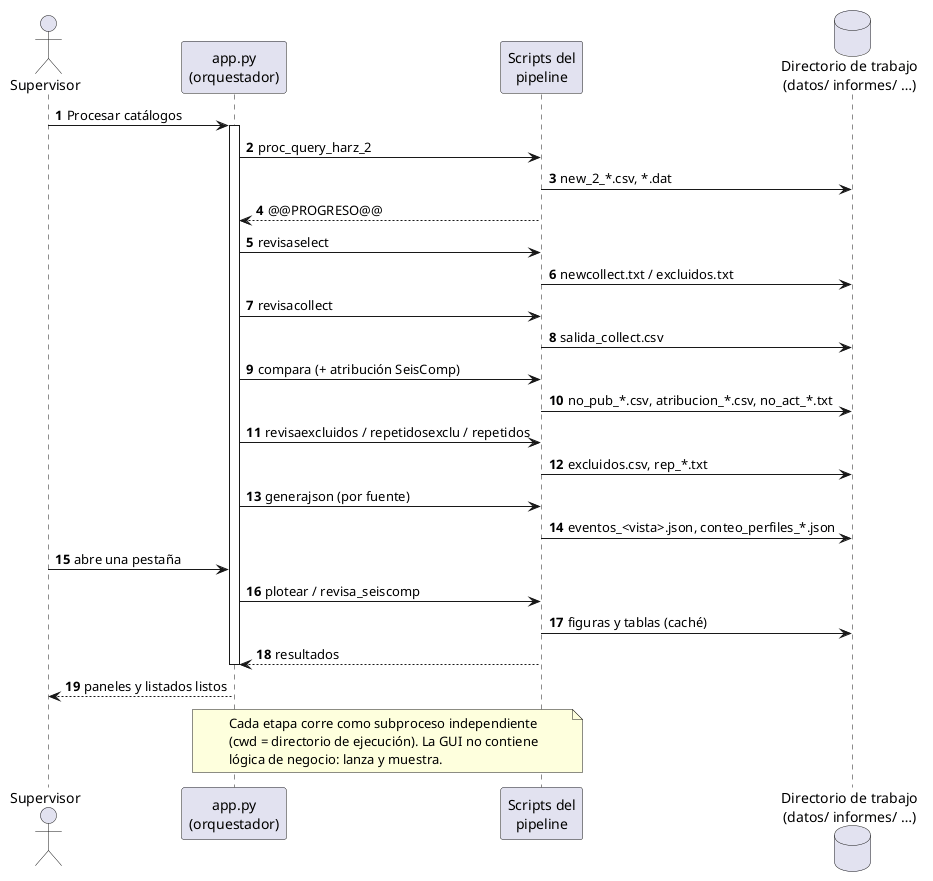
Earlier version of the PlantUML export docs/proyecto/img/03_vista_procesos.png (HARZUNAB/revisacatalogos). Source of this version:
```plantuml
@startuml 03_vista_procesos
skinparam shadowing false
skinparam defaultFontName SansSerif
autonumber

actor "Supervisor" as U
participant "app.py\n(orquestador)" as APP
participant "Scripts del\npipeline" as SCRIPT
database "Directorio de trabajo\n(datos/ informes/ …)" as FS

U -> APP : Procesar catálogos
activate APP

APP -> SCRIPT : proc_query_harz_2
SCRIPT -> FS : new_2_*.csv, *.dat
SCRIPT --> APP : @@PROGRESO@@

APP -> SCRIPT : revisaselect
SCRIPT -> FS : newcollect.txt / excluidos.txt

APP -> SCRIPT : revisacollect
SCRIPT -> FS : salida_collect.csv

APP -> SCRIPT : compara (+ atribución SeisComp)
SCRIPT -> FS : no_pub_*.csv, atribucion_*.csv, no_act_*.txt

APP -> SCRIPT : revisaexcluidos / repetidosexclu / repetidos
SCRIPT -> FS : excluidos.csv, rep_*.txt

APP -> SCRIPT : generajson (por fuente)
SCRIPT -> FS : eventos_<vista>.json, conteo_perfiles_*.json

U -> APP : abre una pestaña
APP -> SCRIPT : plotear / revisa_seiscomp
SCRIPT -> FS : figuras y tablas (caché)
SCRIPT --> APP : resultados

deactivate APP
APP --> U : paneles y listados listos

note over APP, SCRIPT
  Cada etapa corre como subproceso independiente
  (cwd = directorio de ejecución). La GUI no contiene
  lógica de negocio: lanza y muestra.
end note
@enduml
```
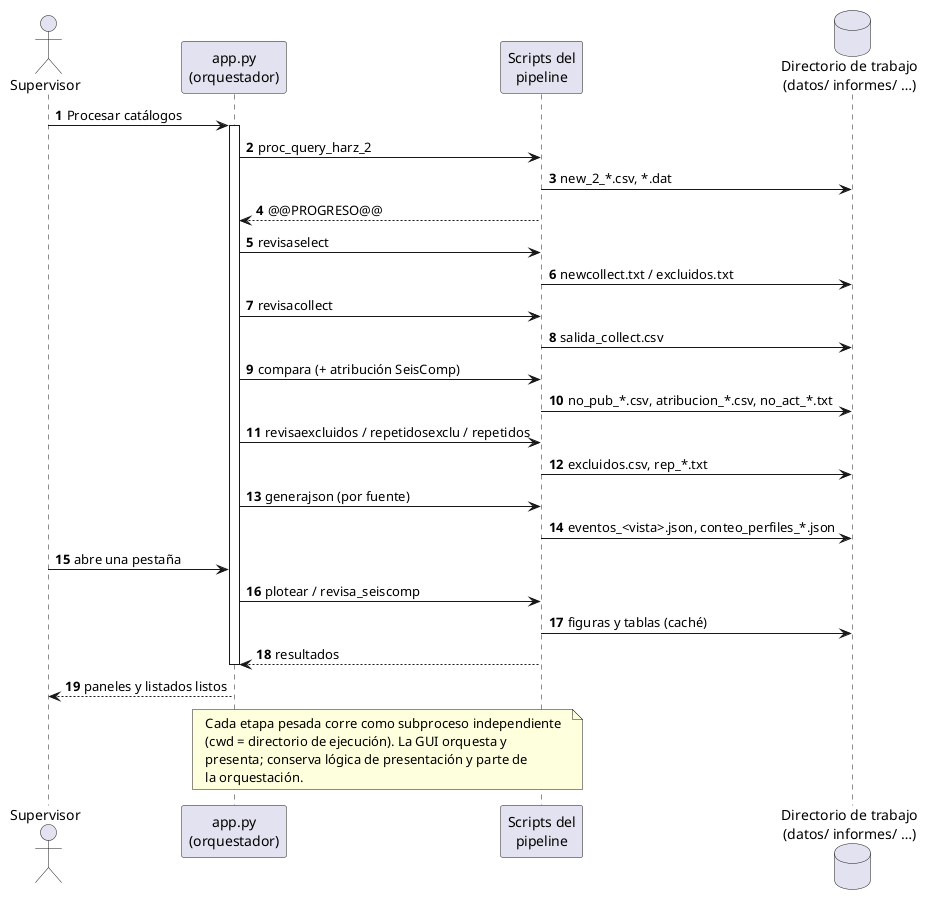
After the change.

What changed in the source:
```diff
@@ -39,8 +39,9 @@
 APP --> U : paneles y listados listos
 
 note over APP, SCRIPT
-  Cada etapa corre como subproceso independiente
-  (cwd = directorio de ejecución). La GUI no contiene
-  lógica de negocio: lanza y muestra.
+  Cada etapa pesada corre como subproceso independiente
+  (cwd = directorio de ejecución). La GUI orquesta y
+  presenta; conserva lógica de presentación y parte de
+  la orquestación.
 end note
 @enduml
```
